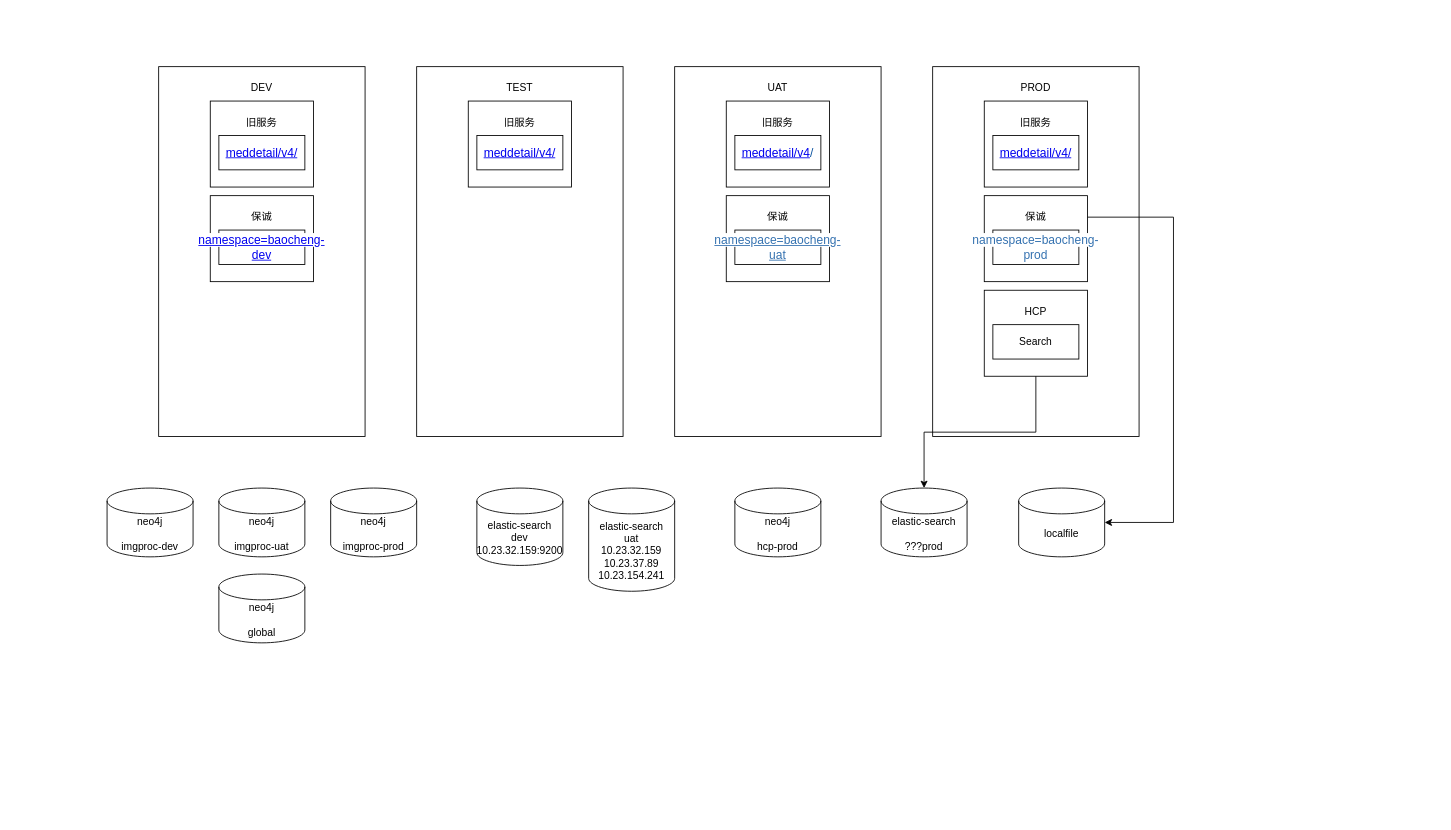
Before: 对码/对码部署环境文档.drawio in XiaoLiuAI/diagrams, a draw.io diagram. Source tidied: cells renumbered, new cells numbered last; positions are measured from the earlier drawing's top-left corner, leaving out a move shared by most shapes. Both pictures are drawn from the tidied source at 86%, with x=0, y=0 at pixel (107, 66).
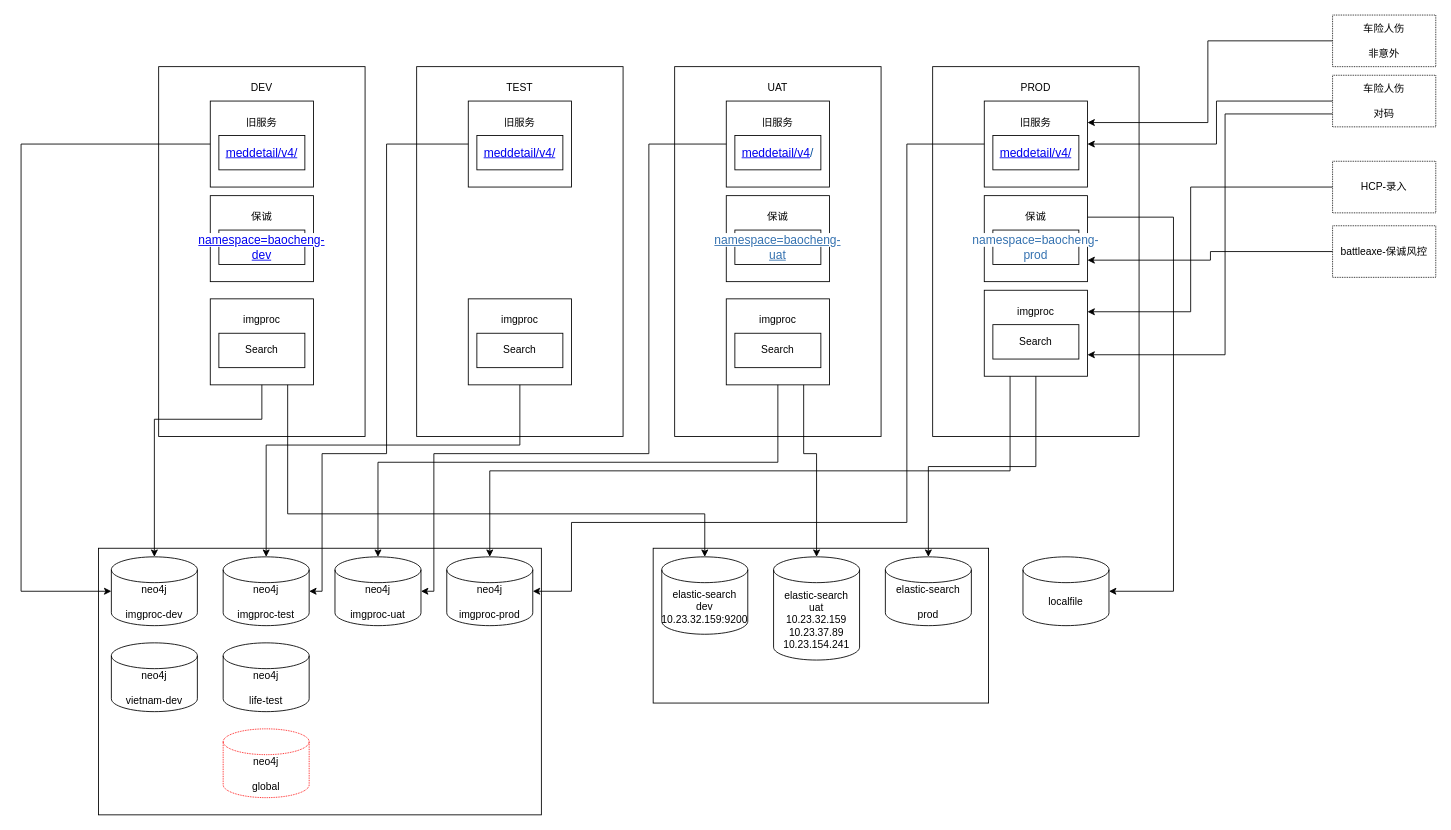
The same diagram, later.

Commit message:
更新对码部署环境文档.drawio

The change refers to these unchanged cells:
```xml
<mxCell id="14" style="rounded=0;whiteSpace=wrap;html=1;" parent="1" vertex="1">
  <mxGeometry x="1020" y="260" width="120" height="100" as="geometry" />
</mxCell>
<mxCell id="21" style="rounded=0;whiteSpace=wrap;html=1;" parent="1" vertex="1">
  <mxGeometry x="120" y="40" width="120" height="100" as="geometry" />
</mxCell>
<mxCell id="24" style="rounded=0;whiteSpace=wrap;html=1;" parent="1" vertex="1">
  <mxGeometry x="420" y="40" width="120" height="100" as="geometry" />
</mxCell>
<mxCell id="27" style="rounded=0;whiteSpace=wrap;html=1;" parent="1" vertex="1">
  <mxGeometry x="720" y="40" width="120" height="100" as="geometry" />
</mxCell>
<mxCell id="30" style="rounded=0;whiteSpace=wrap;html=1;" parent="1" vertex="1">
  <mxGeometry x="1020" y="40" width="120" height="100" as="geometry" />
</mxCell>
<mxCell id="33" style="rounded=0;whiteSpace=wrap;html=1;" parent="1" vertex="1">
  <mxGeometry x="1020" y="150" width="120" height="100" as="geometry" />
</mxCell>
```

The edit, as a diff of the source:
```diff
@@
+    <mxCell id="45" style="rounded=0;whiteSpace=wrap;html=1;fillColor=none;" parent="1" vertex="1">
+      <mxGeometry x="-10" y="560" width="515" height="310" as="geometry" />
+    </mxCell>
+    <mxCell id="46" style="rounded=0;whiteSpace=wrap;html=1;fillColor=none;" parent="1" vertex="1">
+      <mxGeometry x="635" y="560" width="390" height="180" as="geometry" />
+    </mxCell>
     <mxCell id="2" value="neo4j&lt;br&gt;&lt;br&gt;imgproc-dev" style="shape=cylinder3;whiteSpace=wrap;html=1;boundedLbl=1;backgroundOutline=1;size=15;" parent="1" vertex="1">
-      <mxGeometry y="490" width="100" height="80" as="geometry" />
+      <mxGeometry x="5" y="570" width="100" height="80" as="geometry" />
     </mxCell>
-    <mxCell id="3" value="neo4j&lt;br&gt;&lt;br&gt;hcp-prod" style="shape=cylinder3;whiteSpace=wrap;html=1;boundedLbl=1;backgroundOutline=1;size=15;" parent="1" vertex="1">
-      <mxGeometry x="730" y="490" width="100" height="80" as="geometry" />
-    </mxCell>
     <mxCell id="4" value="elastic-search&lt;br&gt;dev&lt;br&gt;10.23.32.159:9200" style="shape=cylinder3;whiteSpace=wrap;html=1;boundedLbl=1;backgroundOutline=1;size=15;" parent="1" vertex="1">
-      <mxGeometry x="430" y="490" width="100" height="90" as="geometry" />
+      <mxGeometry x="645" y="570" width="100" height="90" as="geometry" />
     </mxCell>
-    <mxCell id="5" value="elastic-search&lt;br&gt;&lt;br&gt;???prod" style="shape=cylinder3;whiteSpace=wrap;html=1;boundedLbl=1;backgroundOutline=1;size=15;" parent="1" vertex="1">
-      <mxGeometry x="900" y="490" width="100" height="80" as="geometry" />
+    <mxCell id="5" value="elastic-search&lt;br&gt;&lt;br&gt;prod" style="shape=cylinder3;whiteSpace=wrap;html=1;boundedLbl=1;backgroundOutline=1;size=15;" parent="1" vertex="1">
+      <mxGeometry x="905" y="570" width="100" height="80" as="geometry" />
     </mxCell>
@@
-    <mxCell id="15" value="HCP" style="text;html=1;strokeColor=none;fillColor=none;align=center;verticalAlign=middle;whiteSpace=wrap;rounded=0;" parent="1" vertex="1">
+    <mxCell id="15" value="imgproc" style="text;html=1;strokeColor=none;fillColor=none;align=center;verticalAlign=middle;whiteSpace=wrap;rounded=0;" parent="1" vertex="1">
       <mxGeometry x="1050" y="270" width="60" height="30" as="geometry" />
     </mxCell>
@@
     <mxCell id="17" value="neo4j&lt;br&gt;&lt;br&gt;imgproc-uat" style="shape=cylinder3;whiteSpace=wrap;html=1;boundedLbl=1;backgroundOutline=1;size=15;" parent="1" vertex="1">
-      <mxGeometry x="130" y="490" width="100" height="80" as="geometry" />
+      <mxGeometry x="265" y="570" width="100" height="80" as="geometry" />
     </mxCell>
     <mxCell id="18" value="neo4j&lt;br&gt;&lt;br&gt;imgproc-prod" style="shape=cylinder3;whiteSpace=wrap;html=1;boundedLbl=1;backgroundOutline=1;size=15;" parent="1" vertex="1">
-      <mxGeometry x="260" y="490" width="100" height="80" as="geometry" />
+      <mxGeometry x="395" y="570" width="100" height="80" as="geometry" />
     </mxCell>
-    <mxCell id="19" value="neo4j&lt;br&gt;&lt;br&gt;global" style="shape=cylinder3;whiteSpace=wrap;html=1;boundedLbl=1;backgroundOutline=1;size=15;" parent="1" vertex="1">
-      <mxGeometry x="130" y="590" width="100" height="80" as="geometry" />
+    <mxCell id="19" value="neo4j&lt;br&gt;&lt;br&gt;global" style="shape=cylinder3;whiteSpace=wrap;html=1;boundedLbl=1;backgroundOutline=1;size=15;dashed=1;dashPattern=1 1;strokeColor=#FF0000;" parent="1" vertex="1">
+      <mxGeometry x="135" y="770" width="100" height="80" as="geometry" />
     </mxCell>
     <mxCell id="20" value="elastic-search&lt;br&gt;uat&lt;br&gt;10.23.32.159&lt;br&gt;10.23.37.89&lt;br&gt;10.23.154.241" style="shape=cylinder3;whiteSpace=wrap;html=1;boundedLbl=1;backgroundOutline=1;size=15;" parent="1" vertex="1">
-      <mxGeometry x="560" y="490" width="100" height="120" as="geometry" />
+      <mxGeometry x="775" y="570" width="100" height="120" as="geometry" />
     </mxCell>
@@
     <mxCell id="42" value="localfile" style="shape=cylinder3;whiteSpace=wrap;html=1;boundedLbl=1;backgroundOutline=1;size=15;" parent="1" vertex="1">
-      <mxGeometry x="1060" y="490" width="100" height="80" as="geometry" />
+      <mxGeometry x="1065" y="570" width="100" height="80" as="geometry" />
     </mxCell>
@@
+    <mxCell id="47" value="neo4j&lt;br&gt;&lt;br&gt;imgproc-test" style="shape=cylinder3;whiteSpace=wrap;html=1;boundedLbl=1;backgroundOutline=1;size=15;" parent="1" vertex="1">
+      <mxGeometry x="135" y="570" width="100" height="80" as="geometry" />
+    </mxCell>
+    <mxCell id="48" value="neo4j&lt;br&gt;&lt;br&gt;life-test" style="shape=cylinder3;whiteSpace=wrap;html=1;boundedLbl=1;backgroundOutline=1;size=15;" parent="1" vertex="1">
+      <mxGeometry x="135" y="670" width="100" height="80" as="geometry" />
+    </mxCell>
+    <mxCell id="49" value="neo4j&lt;br&gt;&lt;br&gt;vietnam-dev" style="shape=cylinder3;whiteSpace=wrap;html=1;boundedLbl=1;backgroundOutline=1;size=15;" parent="1" vertex="1">
+      <mxGeometry x="5" y="670" width="100" height="80" as="geometry" />
+    </mxCell>
+    <mxCell id="50" style="rounded=0;whiteSpace=wrap;html=1;" parent="1" vertex="1">
+      <mxGeometry x="720" y="270" width="120" height="100" as="geometry" />
+    </mxCell>
+    <mxCell id="51" value="imgproc" style="text;html=1;strokeColor=none;fillColor=none;align=center;verticalAlign=middle;whiteSpace=wrap;rounded=0;" parent="1" vertex="1">
+      <mxGeometry x="750" y="280" width="60" height="30" as="geometry" />
+    </mxCell>
+    <mxCell id="52" value="Search" style="rounded=0;whiteSpace=wrap;html=1;" parent="1" vertex="1">
+      <mxGeometry x="730" y="310" width="100" height="40" as="geometry" />
+    </mxCell>
+    <mxCell id="53" style="rounded=0;whiteSpace=wrap;html=1;" parent="1" vertex="1">
+      <mxGeometry x="420" y="270" width="120" height="100" as="geometry" />
+    </mxCell>
+    <mxCell id="54" value="imgproc" style="text;html=1;strokeColor=none;fillColor=none;align=center;verticalAlign=middle;whiteSpace=wrap;rounded=0;" parent="1" vertex="1">
+      <mxGeometry x="450" y="280" width="60" height="30" as="geometry" />
+    </mxCell>
+    <mxCell id="55" value="Search" style="rounded=0;whiteSpace=wrap;html=1;" parent="1" vertex="1">
+      <mxGeometry x="430" y="310" width="100" height="40" as="geometry" />
+    </mxCell>
+    <mxCell id="56" style="rounded=0;whiteSpace=wrap;html=1;" parent="1" vertex="1">
+      <mxGeometry x="120" y="270" width="120" height="100" as="geometry" />
+    </mxCell>
+    <mxCell id="57" value="imgproc" style="text;html=1;strokeColor=none;fillColor=none;align=center;verticalAlign=middle;whiteSpace=wrap;rounded=0;" parent="1" vertex="1">
+      <mxGeometry x="150" y="280" width="60" height="30" as="geometry" />
+    </mxCell>
+    <mxCell id="58" value="Search" style="rounded=0;whiteSpace=wrap;html=1;" parent="1" vertex="1">
+      <mxGeometry x="130" y="310" width="100" height="40" as="geometry" />
+    </mxCell>
+    <mxCell id="59" value="HCP-录入" style="rounded=0;whiteSpace=wrap;html=1;dashed=1;dashPattern=1 1;strokeColor=#000000;fillColor=default;" parent="1" vertex="1">
+      <mxGeometry x="1425" y="110" width="120" height="60" as="geometry" />
+    </mxCell>
+    <mxCell id="60" style="edgeStyle=elbowEdgeStyle;elbow=horizontal;endArrow=classic;html=1;rounded=0;exitX=0;exitY=0.5;exitDx=0;exitDy=0;entryX=1;entryY=0.25;entryDx=0;entryDy=0;" parent="1" edge="1" source="59" target="14">
+      <mxGeometry relative="1" as="geometry">
+        <Array as="points">
+          <mxPoint x="1260" y="210" />
+        </Array>
+      </mxGeometry>
+    </mxCell>
+    <mxCell id="61" value="battleaxe-保诚风控" style="rounded=0;whiteSpace=wrap;html=1;dashed=1;dashPattern=1 1;strokeColor=#000000;fillColor=default;" parent="1" vertex="1">
+      <mxGeometry x="1425" y="185" width="120" height="60" as="geometry" />
+    </mxCell>
+    <mxCell id="62" style="edgeStyle=elbowEdgeStyle;elbow=horizontal;endArrow=classic;html=1;rounded=0;exitX=0;exitY=0.5;exitDx=0;exitDy=0;entryX=1;entryY=0.75;entryDx=0;entryDy=0;" parent="1" edge="1" source="61" target="33">
+      <mxGeometry relative="1" as="geometry" />
+    </mxCell>
+    <mxCell id="63" value="车险人伤&lt;br&gt;&lt;br&gt;非意外" style="rounded=0;whiteSpace=wrap;html=1;dashed=1;dashPattern=1 1;strokeColor=#000000;fillColor=default;" parent="1" vertex="1">
+      <mxGeometry x="1425" y="-60" width="120" height="60" as="geometry" />
+    </mxCell>
+    <mxCell id="64" style="edgeStyle=elbowEdgeStyle;elbow=horizontal;endArrow=classic;html=1;rounded=0;exitX=0;exitY=0.5;exitDx=0;exitDy=0;entryX=1;entryY=0.25;entryDx=0;entryDy=0;" parent="1" edge="1" source="63" target="30">
+      <mxGeometry relative="1" as="geometry">
+        <Array as="points">
+          <mxPoint x="1280" y="60" />
+        </Array>
+      </mxGeometry>
+    </mxCell>
+    <mxCell id="65" value="车险人伤&lt;br&gt;&lt;br&gt;对码" style="rounded=0;whiteSpace=wrap;html=1;dashed=1;dashPattern=1 1;strokeColor=#000000;fillColor=default;" parent="1" vertex="1">
+      <mxGeometry x="1425" y="10" width="120" height="60" as="geometry" />
+    </mxCell>
+    <mxCell id="66" style="edgeStyle=elbowEdgeStyle;elbow=horizontal;endArrow=classic;html=1;rounded=0;exitX=0;exitY=0.5;exitDx=0;exitDy=0;entryX=1;entryY=0.5;entryDx=0;entryDy=0;" parent="1" edge="1" source="65" target="30">
+      <mxGeometry relative="1" as="geometry">
+        <Array as="points">
+          <mxPoint x="1290" y="70" />
+        </Array>
+      </mxGeometry>
+    </mxCell>
+    <mxCell id="67" style="edgeStyle=elbowEdgeStyle;elbow=horizontal;endArrow=classic;html=1;rounded=0;exitX=0;exitY=0.75;exitDx=0;exitDy=0;entryX=1;entryY=0.75;entryDx=0;entryDy=0;" parent="1" edge="1" source="65" target="14">
+      <mxGeometry relative="1" as="geometry">
+        <Array as="points">
+          <mxPoint x="1300" y="80" />
+        </Array>
+      </mxGeometry>
+    </mxCell>
+    <mxCell id="68" style="edgeStyle=elbowEdgeStyle;elbow=vertical;endArrow=classic;html=1;rounded=0;exitX=0.25;exitY=1;exitDx=0;exitDy=0;entryX=0.5;entryY=0;entryDx=0;entryDy=0;entryPerimeter=0;" parent="1" edge="1" source="14" target="18">
+      <mxGeometry relative="1" as="geometry">
+        <Array as="points">
+          <mxPoint x="740" y="470" />
+        </Array>
+      </mxGeometry>
+    </mxCell>
+    <mxCell id="69" style="edgeStyle=elbowEdgeStyle;elbow=vertical;endArrow=classic;html=1;rounded=0;exitX=0.5;exitY=1;exitDx=0;exitDy=0;entryX=0.5;entryY=0;entryDx=0;entryDy=0;entryPerimeter=0;" parent="1" edge="1" source="50" target="17">
+      <mxGeometry relative="1" as="geometry">
+        <Array as="points">
+          <mxPoint x="750" y="460" />
+        </Array>
+      </mxGeometry>
+    </mxCell>
+    <mxCell id="70" style="edgeStyle=elbowEdgeStyle;elbow=vertical;endArrow=classic;html=1;rounded=0;exitX=0.5;exitY=1;exitDx=0;exitDy=0;entryX=0.5;entryY=0;entryDx=0;entryDy=0;entryPerimeter=0;" parent="1" edge="1" source="53" target="47">
+      <mxGeometry relative="1" as="geometry">
+        <Array as="points">
+          <mxPoint x="340" y="440" />
+        </Array>
+      </mxGeometry>
+    </mxCell>
+    <mxCell id="71" style="edgeStyle=elbowEdgeStyle;elbow=vertical;endArrow=classic;html=1;rounded=0;exitX=0.5;exitY=1;exitDx=0;exitDy=0;entryX=0.5;entryY=0;entryDx=0;entryDy=0;entryPerimeter=0;" parent="1" edge="1" source="56" target="2">
+      <mxGeometry relative="1" as="geometry">
+        <Array as="points">
+          <mxPoint x="80" y="410" />
+        </Array>
+      </mxGeometry>
+    </mxCell>
+    <mxCell id="72" style="edgeStyle=segmentEdgeStyle;endArrow=classic;html=1;rounded=0;exitX=0;exitY=0.5;exitDx=0;exitDy=0;entryX=1;entryY=0.5;entryDx=0;entryDy=0;entryPerimeter=0;" parent="1" edge="1" source="30" target="18">
+      <mxGeometry relative="1" as="geometry">
+        <Array as="points">
+          <mxPoint x="930" y="90" />
+          <mxPoint x="930" y="530" />
+          <mxPoint x="540" y="530" />
+          <mxPoint x="540" y="610" />
+        </Array>
+      </mxGeometry>
+    </mxCell>
+    <mxCell id="73" style="edgeStyle=segmentEdgeStyle;endArrow=classic;html=1;rounded=0;entryX=1;entryY=0.5;entryDx=0;entryDy=0;entryPerimeter=0;" parent="1" edge="1" source="27" target="17">
+      <mxGeometry relative="1" as="geometry">
+        <Array as="points">
+          <mxPoint x="630" y="90" />
+          <mxPoint x="630" y="450" />
+          <mxPoint x="380" y="450" />
+          <mxPoint x="380" y="610" />
+        </Array>
+      </mxGeometry>
+    </mxCell>
+    <mxCell id="74" style="edgeStyle=segmentEdgeStyle;endArrow=classic;html=1;rounded=0;entryX=1;entryY=0.5;entryDx=0;entryDy=0;entryPerimeter=0;exitX=0;exitY=0.5;exitDx=0;exitDy=0;" parent="1" edge="1" source="24" target="47">
+      <mxGeometry relative="1" as="geometry">
+        <Array as="points">
+          <mxPoint x="325" y="90" />
+          <mxPoint x="325" y="450" />
+          <mxPoint x="250" y="450" />
+          <mxPoint x="250" y="610" />
+        </Array>
+      </mxGeometry>
+    </mxCell>
+    <mxCell id="75" style="edgeStyle=segmentEdgeStyle;endArrow=classic;html=1;rounded=0;entryX=0;entryY=0.5;entryDx=0;entryDy=0;entryPerimeter=0;exitX=0;exitY=0.5;exitDx=0;exitDy=0;" parent="1" edge="1" source="21" target="2">
+      <mxGeometry relative="1" as="geometry">
+        <Array as="points">
+          <mxPoint x="-100" y="90" />
+          <mxPoint x="-100" y="610" />
+        </Array>
+      </mxGeometry>
+    </mxCell>
+    <mxCell id="76" style="edgeStyle=elbowEdgeStyle;elbow=vertical;endArrow=classic;html=1;rounded=0;exitX=0.75;exitY=1;exitDx=0;exitDy=0;entryX=0.5;entryY=0;entryDx=0;entryDy=0;entryPerimeter=0;" parent="1" edge="1" source="50" target="20">
+      <mxGeometry relative="1" as="geometry">
+        <Array as="points">
+          <mxPoint x="820" y="450" />
+        </Array>
+      </mxGeometry>
+    </mxCell>
+    <mxCell id="77" style="edgeStyle=elbowEdgeStyle;elbow=vertical;endArrow=classic;html=1;rounded=0;exitX=0.75;exitY=1;exitDx=0;exitDy=0;entryX=0.5;entryY=0;entryDx=0;entryDy=0;entryPerimeter=0;" parent="1" edge="1" source="56" target="4">
+      <mxGeometry relative="1" as="geometry">
+        <Array as="points">
+          <mxPoint x="450" y="520" />
+        </Array>
+      </mxGeometry>
+    </mxCell>
```
